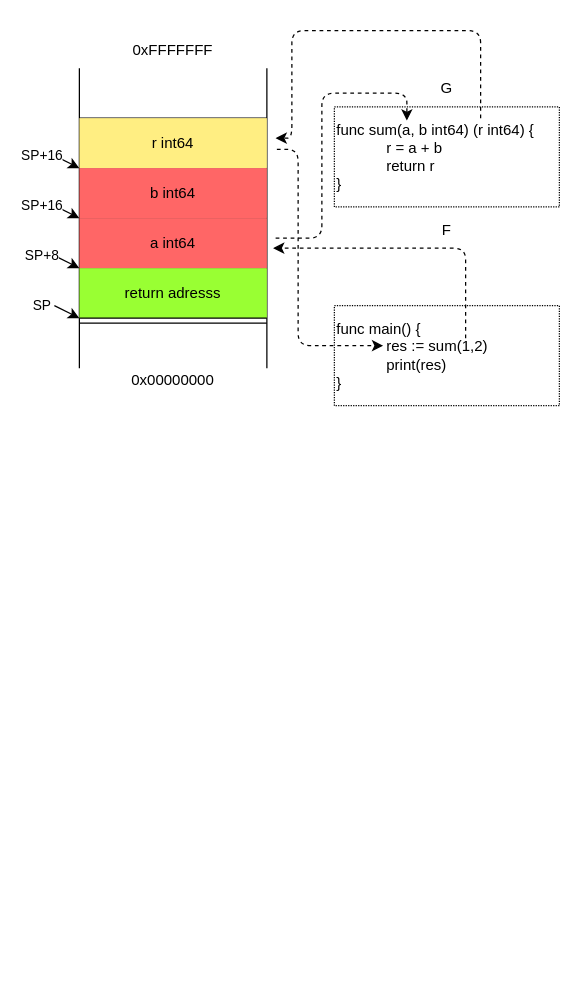
This is Untitled Diagram.drawio from godzie44/drawio-dump, a draw.io file, before an edit. Source tidied: cells renumbered, new cells numbered last; positions are measured from the earlier drawing's top-left corner, leaving out a move shared by most shapes. Both pictures are drawn from the tidied source at 125%, with x=0, y=0 at pixel (54, 30).
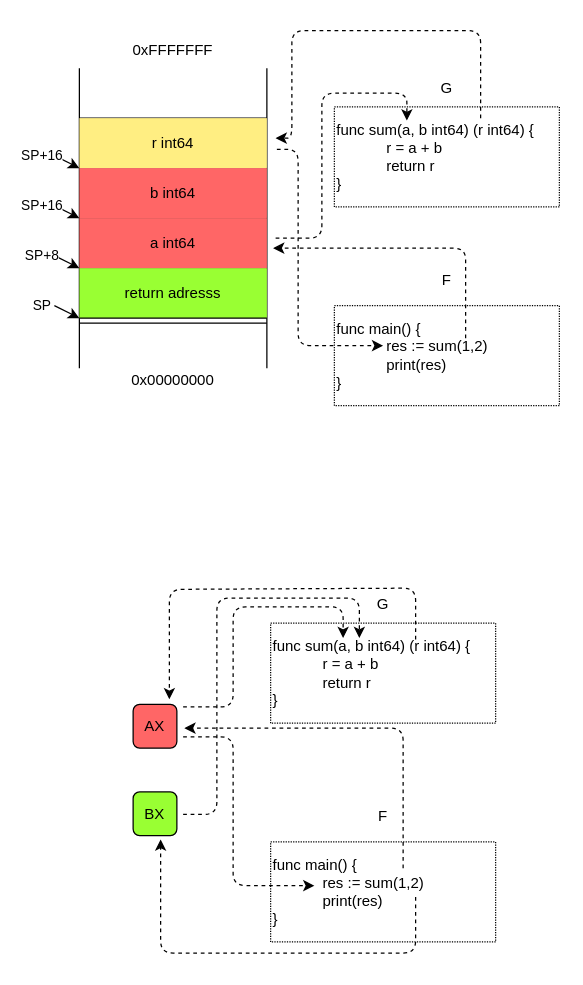
The same diagram, later.

Commit message:
add register base

What changed in the source:
```diff
@@
     <mxCell id="19" value="F" style="text;html=1;strokeColor=none;fillColor=none;align=center;verticalAlign=middle;whiteSpace=wrap;rounded=0;dashed=1;dashPattern=1 1;" parent="1" vertex="1">
-      <mxGeometry x="294" y="150" width="40" height="20" as="geometry" />
+      <mxGeometry x="294" y="190" width="40" height="20" as="geometry" />
     </mxCell>
@@
+    <mxCell id="27" value="&lt;div style=&quot;&quot;&gt;&lt;span&gt;func sum(a, b int64) (r int64) {&lt;/span&gt;&lt;/div&gt;&lt;blockquote style=&quot;margin: 0 0 0 40px ; border: none ; padding: 0px&quot;&gt;&lt;div style=&quot;&quot;&gt;&lt;span&gt;r = a + b&lt;/span&gt;&lt;/div&gt;&lt;div style=&quot;&quot;&gt;&lt;span&gt;return r&lt;/span&gt;&lt;/div&gt;&lt;/blockquote&gt;&lt;div style=&quot;&quot;&gt;&lt;span&gt;}&lt;/span&gt;&lt;/div&gt;" style="rounded=0;whiteSpace=wrap;html=1;dashed=1;dashPattern=1 1;align=left;" parent="1" vertex="1">
+      <mxGeometry x="173" y="474" width="180" height="80" as="geometry" />
+    </mxCell>
+    <mxCell id="28" value="G" style="text;html=1;strokeColor=none;fillColor=none;align=center;verticalAlign=middle;whiteSpace=wrap;rounded=0;dashed=1;dashPattern=1 1;" parent="1" vertex="1">
+      <mxGeometry x="243" y="449" width="40" height="20" as="geometry" />
+    </mxCell>
+    <mxCell id="29" value="&lt;div&gt;&lt;span&gt;func main() {&lt;/span&gt;&lt;/div&gt;&lt;blockquote style=&quot;margin: 0 0 0 40px ; border: none ; padding: 0px&quot;&gt;&lt;div&gt;res := sum(1,2)&lt;/div&gt;&lt;div&gt;print(res)&lt;/div&gt;&lt;/blockquote&gt;&lt;div&gt;&lt;span&gt;}&lt;/span&gt;&lt;/div&gt;" style="rounded=0;whiteSpace=wrap;html=1;dashed=1;dashPattern=1 1;align=left;" parent="1" vertex="1">
+      <mxGeometry x="173" y="649" width="180" height="80" as="geometry" />
+    </mxCell>
+    <mxCell id="30" value="F" style="text;html=1;strokeColor=none;fillColor=none;align=center;verticalAlign=middle;whiteSpace=wrap;rounded=0;dashed=1;dashPattern=1 1;" parent="1" vertex="1">
+      <mxGeometry x="243" y="619" width="40" height="20" as="geometry" />
+    </mxCell>
+    <mxCell id="31" style="endArrow=classic;html=1;shadow=0;strokeColor=#000000;dashed=1;" parent="1" edge="1">
+      <mxGeometry relative="1" as="geometry">
+        <mxPoint x="103" y="565" as="sourcePoint" />
+        <mxPoint x="208" y="684" as="targetPoint" />
+        <Array as="points">
+          <mxPoint x="143" y="565" />
+          <mxPoint x="143" y="684" />
+        </Array>
+      </mxGeometry>
+    </mxCell>
+    <mxCell id="32" value="AX" style="rounded=1;whiteSpace=wrap;html=1;fillColor=#FF6666;" parent="1" vertex="1">
+      <mxGeometry x="63" y="539" width="35" height="35" as="geometry" />
+    </mxCell>
+    <mxCell id="33" value="BX" style="rounded=1;whiteSpace=wrap;html=1;fillColor=#99FF33;labelBackgroundColor=none;" parent="1" vertex="1">
+      <mxGeometry x="63" y="609" width="35" height="35" as="geometry" />
+    </mxCell>
+    <mxCell id="34" style="endArrow=classic;html=1;shadow=0;strokeColor=#000000;dashed=1;" parent="1" edge="1">
+      <mxGeometry relative="1" as="geometry">
+        <mxPoint x="103" y="541" as="sourcePoint" />
+        <mxPoint x="231" y="486" as="targetPoint" />
+        <Array as="points">
+          <mxPoint x="143" y="541" />
+          <mxPoint x="143" y="461" />
+          <mxPoint x="231" y="461" />
+        </Array>
+      </mxGeometry>
+    </mxCell>
+    <mxCell id="35" style="endArrow=classic;html=1;shadow=0;strokeColor=#000000;dashed=1;" parent="1" edge="1">
+      <mxGeometry relative="1" as="geometry">
+        <mxPoint x="279" y="670" as="sourcePoint" />
+        <mxPoint x="104" y="558" as="targetPoint" />
+        <Array as="points">
+          <mxPoint x="279" y="604" />
+          <mxPoint x="279" y="558" />
+        </Array>
+      </mxGeometry>
+    </mxCell>
+    <mxCell id="36" style="endArrow=classic;html=1;shadow=0;strokeColor=#000000;dashed=1;" parent="1" edge="1">
+      <mxGeometry relative="1" as="geometry">
+        <mxPoint x="289" y="487" as="sourcePoint" />
+        <mxPoint x="92" y="535" as="targetPoint" />
+        <Array as="points">
+          <mxPoint x="289" y="446" />
+          <mxPoint x="92" y="447" />
+        </Array>
+      </mxGeometry>
+    </mxCell>
+    <mxCell id="37" style="endArrow=classic;html=1;shadow=0;strokeColor=#000000;dashed=1;" parent="1" edge="1">
+      <mxGeometry relative="1" as="geometry">
+        <mxPoint x="289" y="693" as="sourcePoint" />
+        <mxPoint x="85" y="647" as="targetPoint" />
+        <Array as="points">
+          <mxPoint x="289" y="738" />
+          <mxPoint x="85" y="738" />
+        </Array>
+      </mxGeometry>
+    </mxCell>
+    <mxCell id="38" style="endArrow=classic;html=1;shadow=0;strokeColor=#000000;dashed=1;" parent="1" edge="1">
+      <mxGeometry relative="1" as="geometry">
+        <mxPoint x="103" y="627" as="sourcePoint" />
+        <mxPoint x="244" y="486" as="targetPoint" />
+        <Array as="points">
+          <mxPoint x="130" y="627" />
+          <mxPoint x="130" y="454" />
+          <mxPoint x="244" y="454" />
+        </Array>
+      </mxGeometry>
+    </mxCell>
```
